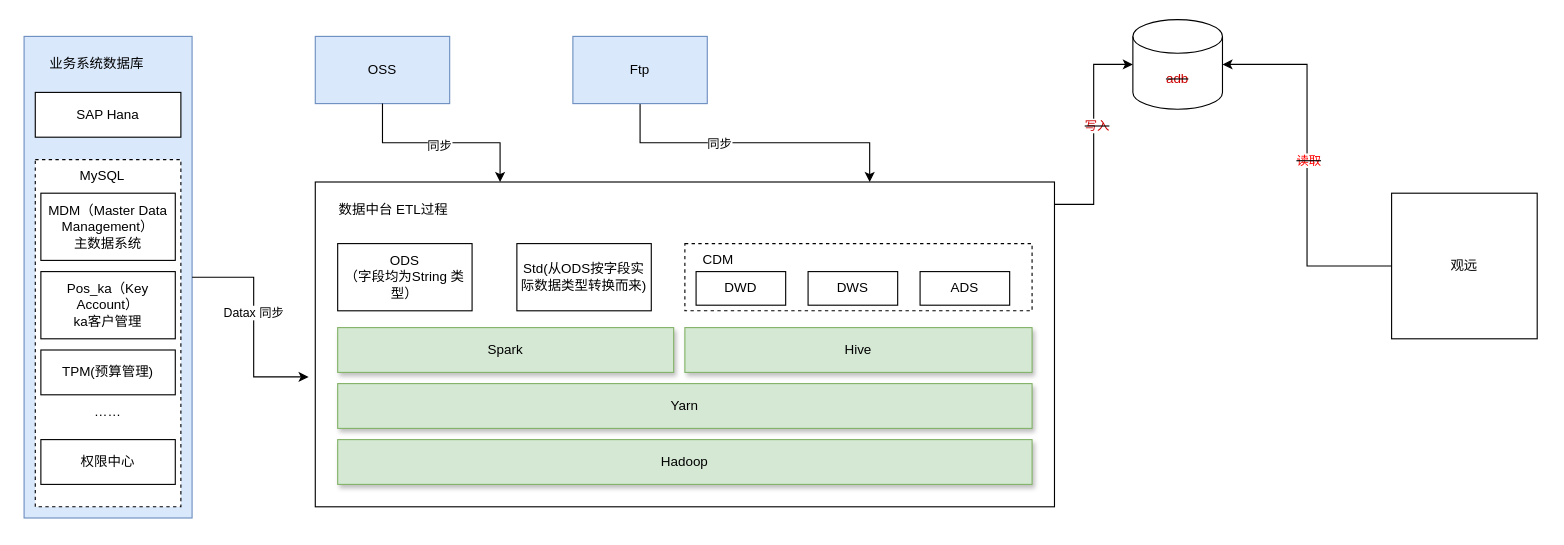
Earlier version of the draw.io diagram etl.drawio (fsJerryChan/fsJerryChan). Source tidied: cells renumbered, new cells numbered last; positions are measured from the earlier drawing's top-left corner, leaving out a move shared by most shapes. Both pictures are drawn from the tidied source at 112%, with x=0, y=0 at pixel (24, 19).
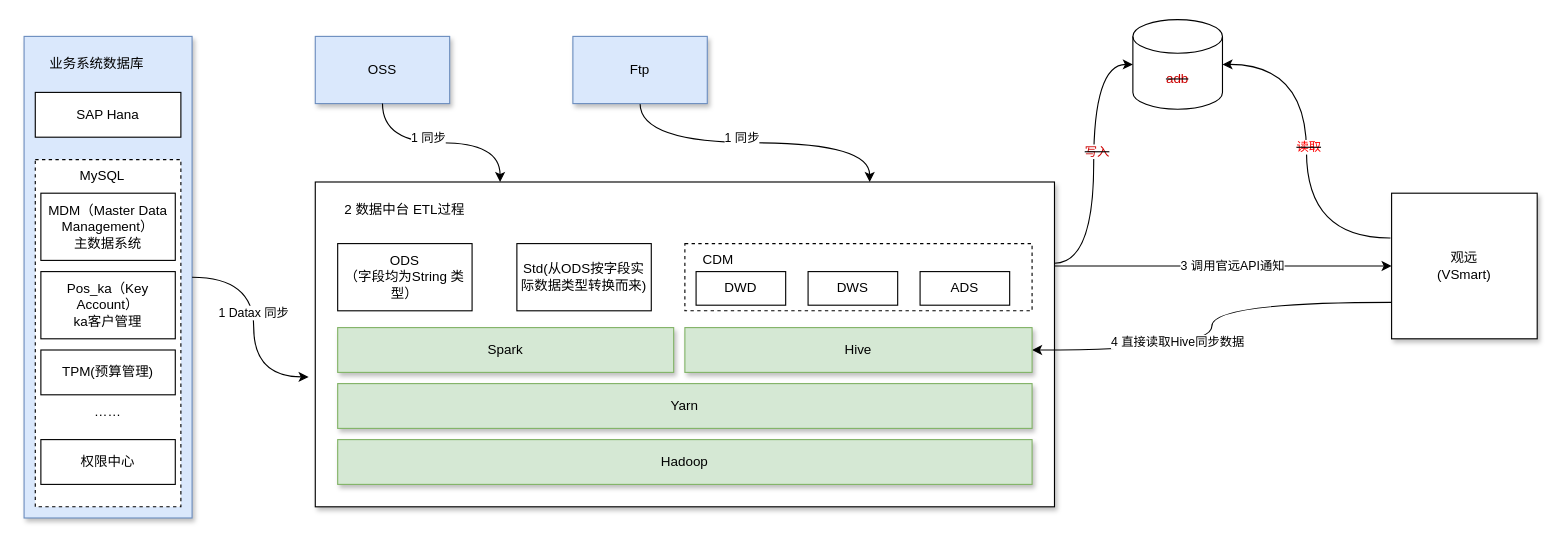
The same page after the edit.

Unchanged cells that the change refers to:
```xml
<mxCell id="29" value="&lt;strike&gt;&lt;font color=&quot;#cc0000&quot;&gt;adb&lt;/font&gt;&lt;/strike&gt;" style="shape=cylinder3;whiteSpace=wrap;html=1;boundedLbl=1;backgroundOutline=1;size=15;" parent="1" vertex="1">
  <mxGeometry x="990" width="80" height="80" as="geometry" />
</mxCell>
<mxCell id="37" value="Hive" style="rounded=0;whiteSpace=wrap;html=1;fillColor=#d5e8d4;strokeColor=#82b366;shadow=1;" parent="1" vertex="1">
  <mxGeometry x="590" y="275" width="310" height="40" as="geometry" />
</mxCell>
```

Change to the diagram source:
```diff
@@
-    <mxCell id="2" style="rounded=0;whiteSpace=wrap;html=1;fillColor=#dae8fc;strokeColor=#6c8ebf;" parent="1" vertex="1">
+    <mxCell id="2" style="rounded=0;whiteSpace=wrap;html=1;fillColor=#dae8fc;strokeColor=#6c8ebf;shadow=1;" parent="1" vertex="1">
       <mxGeometry y="15" width="150" height="430" as="geometry" />
     </mxCell>
@@
+    <mxCell id="39" style="edgeStyle=orthogonalEdgeStyle;rounded=0;jettySize=auto;html=1;entryX=0;entryY=0.5;entryDx=0;entryDy=0;" parent="1" edge="1" source="12" target="32">
+      <mxGeometry relative="1" as="geometry">
+        <Array as="points">
+          <mxPoint x="1000" y="220" />
+          <mxPoint x="1000" y="220" />
+        </Array>
+      </mxGeometry>
+    </mxCell>
+    <mxCell id="40" value="3 调用官远API通知" style="edgeLabel;html=1;align=center;verticalAlign=middle;" parent="39" vertex="1">
+      <mxGeometry x="0.05" y="1" relative="1" as="geometry" />
+    </mxCell>
-    <mxCell id="12" style="rounded=0;whiteSpace=wrap;html=1;" parent="1" vertex="1">
+    <mxCell id="12" style="rounded=0;whiteSpace=wrap;html=1;shadow=1;" parent="1" vertex="1">
       <mxGeometry x="260" y="145" width="660" height="290" as="geometry" />
     </mxCell>
-    <mxCell id="13" style="edgeStyle=orthogonalEdgeStyle;rounded=0;jettySize=auto;html=1;entryX=-0.009;entryY=0.6;entryDx=0;entryDy=0;entryPerimeter=0;" parent="1" edge="1" source="2" target="12">
+    <mxCell id="13" style="edgeStyle=orthogonalEdgeStyle;rounded=0;jettySize=auto;html=1;entryX=-0.009;entryY=0.6;entryDx=0;entryDy=0;entryPerimeter=0;curved=1;" parent="1" edge="1" source="2" target="12">
       <mxGeometry relative="1" as="geometry" />
     </mxCell>
-    <mxCell id="14" value="Datax 同步" style="edgeLabel;html=1;align=center;verticalAlign=middle;" parent="13" vertex="1">
+    <mxCell id="14" value="1 Datax 同步" style="edgeLabel;html=1;align=center;verticalAlign=middle;" parent="13" vertex="1">
       <mxGeometry x="-0.11" y="-1" relative="1" as="geometry" />
     </mxCell>
-    <mxCell id="15" value="OSS" style="rounded=0;whiteSpace=wrap;html=1;fillColor=#dae8fc;strokeColor=#6c8ebf;" parent="1" vertex="1">
+    <mxCell id="15" value="OSS" style="rounded=0;whiteSpace=wrap;html=1;fillColor=#dae8fc;strokeColor=#6c8ebf;shadow=1;" parent="1" vertex="1">
       <mxGeometry x="260" y="15" width="120" height="60" as="geometry" />
     </mxCell>
-    <mxCell id="16" style="edgeStyle=orthogonalEdgeStyle;rounded=0;jettySize=auto;html=1;entryX=0.75;entryY=0;entryDx=0;entryDy=0;" parent="1" edge="1" source="18" target="12">
+    <mxCell id="16" style="edgeStyle=orthogonalEdgeStyle;rounded=0;jettySize=auto;html=1;entryX=0.75;entryY=0;entryDx=0;entryDy=0;curved=1;" parent="1" edge="1" source="18" target="12">
       <mxGeometry relative="1" as="geometry" />
     </mxCell>
-    <mxCell id="17" value="同步" style="edgeLabel;html=1;align=center;verticalAlign=middle;" parent="16" vertex="1">
-      <mxGeometry x="-0.24" relative="1" as="geometry" />
+    <mxCell id="17" value="1 同步" style="edgeLabel;html=1;align=center;verticalAlign=middle;" parent="16" vertex="1">
+      <mxGeometry x="-0.24" relative="1" as="geometry">
+        <mxPoint x="20" y="-5" as="offset" />
+      </mxGeometry>
     </mxCell>
-    <mxCell id="18" value="Ftp" style="rounded=0;whiteSpace=wrap;html=1;fillColor=#dae8fc;strokeColor=#6c8ebf;" parent="1" vertex="1">
+    <mxCell id="18" value="Ftp" style="rounded=0;whiteSpace=wrap;html=1;fillColor=#dae8fc;strokeColor=#6c8ebf;shadow=1;" parent="1" vertex="1">
       <mxGeometry x="490" y="15" width="120" height="60" as="geometry" />
     </mxCell>
-    <mxCell id="19" style="edgeStyle=orthogonalEdgeStyle;rounded=0;jettySize=auto;html=1;entryX=0.25;entryY=0;entryDx=0;entryDy=0;" parent="1" edge="1" source="15" target="12">
+    <mxCell id="19" style="edgeStyle=orthogonalEdgeStyle;rounded=0;jettySize=auto;html=1;entryX=0.25;entryY=0;entryDx=0;entryDy=0;curved=1;" parent="1" edge="1" source="15" target="12">
       <mxGeometry relative="1" as="geometry" />
     </mxCell>
-    <mxCell id="20" value="同步" style="edgeLabel;html=1;align=center;verticalAlign=middle;" parent="19" vertex="1">
-      <mxGeometry x="-0.03" y="-2" relative="1" as="geometry" />
+    <mxCell id="20" value="1 同步" style="edgeLabel;html=1;align=center;verticalAlign=middle;" parent="19" vertex="1">
+      <mxGeometry x="-0.03" y="-2" relative="1" as="geometry">
+        <mxPoint x="-10" y="-7" as="offset" />
+      </mxGeometry>
     </mxCell>
@@
-    <mxCell id="22" value="数据中台 ETL过程" style="text;strokeColor=none;align=center;fillColor=none;html=1;verticalAlign=middle;whiteSpace=wrap;rounded=0;" parent="1" vertex="1">
-      <mxGeometry x="280" y="155" width="100" height="30" as="geometry" />
+    <mxCell id="22" value="2 数据中台 ETL过程" style="text;strokeColor=none;align=center;fillColor=none;html=1;verticalAlign=middle;whiteSpace=wrap;rounded=0;" parent="1" vertex="1">
+      <mxGeometry x="275" y="155" width="130" height="30" as="geometry" />
     </mxCell>
@@
-    <mxCell id="30" style="edgeStyle=orthogonalEdgeStyle;rounded=0;jettySize=auto;html=1;entryX=0;entryY=0.5;entryDx=0;entryDy=0;entryPerimeter=0;" parent="1" edge="1" source="12" target="29">
-      <mxGeometry relative="1" as="geometry">
-        <Array as="points">
-          <mxPoint x="955" y="165" />
-          <mxPoint x="955" y="40" />
-        </Array>
-      </mxGeometry>
+    <mxCell id="30" style="edgeStyle=orthogonalEdgeStyle;rounded=0;jettySize=auto;html=1;entryX=0;entryY=0.5;entryDx=0;entryDy=0;entryPerimeter=0;curved=1;exitX=1;exitY=0.25;exitDx=0;exitDy=0;" parent="1" edge="1" source="12" target="29">
+      <mxGeometry relative="1" as="geometry" />
     </mxCell>
@@
+    <mxCell id="41" style="edgeStyle=orthogonalEdgeStyle;rounded=0;jettySize=auto;html=1;entryX=1;entryY=0.5;entryDx=0;entryDy=0;exitX=0;exitY=0.75;exitDx=0;exitDy=0;curved=1;" parent="1" edge="1" source="32" target="37">
+      <mxGeometry relative="1" as="geometry" />
+    </mxCell>
+    <mxCell id="42" value="4 直接读取Hive同步数据" style="edgeLabel;html=1;align=center;verticalAlign=middle;" parent="41" vertex="1">
+      <mxGeometry x="0.08" y="-4" relative="1" as="geometry">
+        <mxPoint x="-27" y="-1" as="offset" />
+      </mxGeometry>
+    </mxCell>
-    <mxCell id="32" value="观远" style="whiteSpace=wrap;html=1;" parent="1" vertex="1">
+    <mxCell id="32" value="观远&lt;br&gt;(VSmart)" style="whiteSpace=wrap;html=1;shadow=1;" parent="1" vertex="1">
       <mxGeometry x="1221" y="155" width="130" height="130" as="geometry" />
     </mxCell>
-    <mxCell id="33" style="edgeStyle=orthogonalEdgeStyle;rounded=0;jettySize=auto;html=1;entryX=1;entryY=0.5;entryDx=0;entryDy=0;entryPerimeter=0;" parent="1" edge="1" source="32" target="29">
-      <mxGeometry relative="1" as="geometry" />
+    <mxCell id="33" style="edgeStyle=orthogonalEdgeStyle;rounded=0;jettySize=auto;html=1;entryX=1;entryY=0.5;entryDx=0;entryDy=0;entryPerimeter=0;curved=1;" parent="1" edge="1" target="29">
+      <mxGeometry relative="1" as="geometry">
+        <mxPoint x="1220" y="195" as="sourcePoint" />
+      </mxGeometry>
     </mxCell>
```
